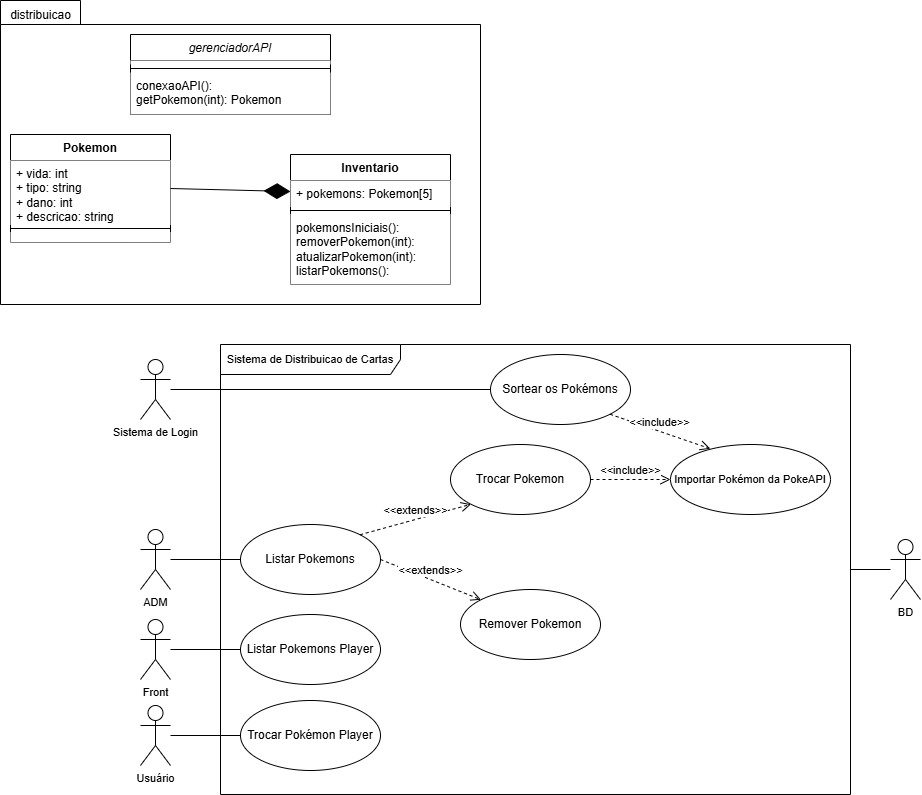
Earlier version of the draw.io export documentacao/UML/UML_tema_2.drawio.png (Inatel-S03-2025-2/distribuicao-de-cartas). Source tidied: cells renumbered, new cells last; positions are measured from the earlier drawing's top-left corner, leaving out a move shared by most shapes.
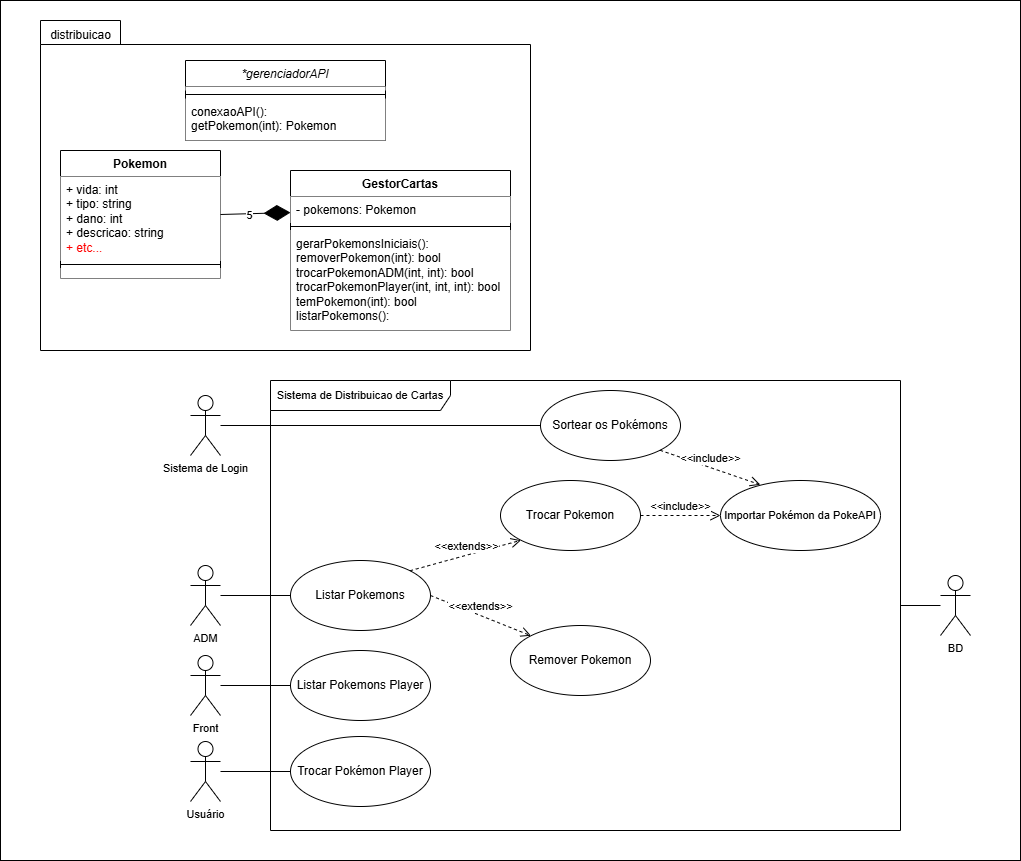
After the commit.

Commit message:
doc: atualizando UML do projeto

Diff of the diagram source:
```diff
@@ -2,8 +2,11 @@
   <root>
     <mxCell id="0" />
     <mxCell id="1" parent="0" />
+    <mxCell id="39" style="rounded=0;whiteSpace=wrap;html=1;" parent="1" vertex="1">
+      <mxGeometry x="-50" y="-36" width="1020" height="860" as="geometry" />
+    </mxCell>
     <mxCell id="2" style="shape=folder;fontStyle=1;spacingTop=10;tabWidth=80;tabHeight=24;tabPosition=left;html=1;whiteSpace=wrap;" parent="1" vertex="1">
-      <mxGeometry width="480" height="304" as="geometry" />
+      <mxGeometry x="-10" y="-16" width="490" height="330" as="geometry" />
     </mxCell>
     <mxCell id="3" value="Sortear os Pokémons" style="ellipse;whiteSpace=wrap;html=1;" parent="1" vertex="1">
       <mxGeometry x="490" y="354" width="140" height="70" as="geometry" />
@@ -72,31 +75,31 @@
       <mxGeometry x="890" y="539" width="30" height="60" as="geometry" />
     </mxCell>
     <mxCell id="25" value="Pokemon" style="swimlane;fontStyle=1;align=center;verticalAlign=top;horizontal=1;startSize=26;whiteSpace=wrap;html=1;" parent="1" vertex="1">
-      <mxGeometry x="10" y="134" width="160" height="108" as="geometry" />
+      <mxGeometry x="10" y="114" width="160" height="128" as="geometry" />
     </mxCell>
-    <mxCell id="26" value="+ vida: int&lt;div&gt;+ tipo: string&amp;nbsp;&lt;/div&gt;&lt;div&gt;+ dano: int&lt;/div&gt;&lt;div&gt;+ descricao: string&lt;/div&gt;&lt;div&gt;+ etc...&lt;/div&gt;" style="text;align=left;verticalAlign=top;spacingLeft=4;spacingRight=4;overflow=hidden;whiteSpace=wrap;html=1;fillColor=default;" parent="25" vertex="1">
-      <mxGeometry y="26" width="160" height="64" as="geometry" />
+    <mxCell id="26" value="+ vida: int&lt;div&gt;+ tipo: string&amp;nbsp;&lt;/div&gt;&lt;div&gt;+ dano: int&lt;/div&gt;&lt;div&gt;+ descricao: string&lt;/div&gt;&lt;div&gt;&lt;font style=&quot;color: rgb(255, 0, 0);&quot;&gt;+ etc...&lt;/font&gt;&lt;/div&gt;" style="text;align=left;verticalAlign=top;spacingLeft=4;spacingRight=4;overflow=hidden;whiteSpace=wrap;html=1;fillColor=default;" parent="25" vertex="1">
+      <mxGeometry y="26" width="160" height="84" as="geometry" />
     </mxCell>
     <mxCell id="27" style="line;strokeWidth=1;fillColor=none;align=left;verticalAlign=middle;spacingTop=-1;spacingLeft=3;spacingRight=3;labelPosition=right;strokeColor=inherit;" parent="25" vertex="1">
-      <mxGeometry y="90" width="160" height="8" as="geometry" />
+      <mxGeometry y="110" width="160" height="8" as="geometry" />
     </mxCell>
     <mxCell id="28" style="text;align=left;verticalAlign=top;spacingLeft=4;spacingRight=4;overflow=hidden;whiteSpace=wrap;html=1;fillColor=default;" parent="25" vertex="1">
-      <mxGeometry y="98" width="160" height="10" as="geometry" />
+      <mxGeometry y="118" width="160" height="10" as="geometry" />
     </mxCell>
-    <mxCell id="29" value="Inventario" style="swimlane;fontStyle=1;align=center;verticalAlign=top;horizontal=1;startSize=26;whiteSpace=wrap;html=1;" parent="1" vertex="1">
-      <mxGeometry x="290" y="154" width="160" height="130" as="geometry" />
+    <mxCell id="29" value="GestorCartas" style="swimlane;fontStyle=1;align=center;verticalAlign=top;horizontal=1;startSize=26;whiteSpace=wrap;html=1;" parent="1" vertex="1">
+      <mxGeometry x="240" y="134" width="220" height="160" as="geometry" />
     </mxCell>
-    <mxCell id="30" value="+ pokemons: Pokemon[5]" style="text;align=left;verticalAlign=top;spacingLeft=4;spacingRight=4;overflow=hidden;points=[[0,0.5],[1,0.5]];portConstraint=eastwest;whiteSpace=wrap;html=1;fillColor=default;" parent="29" vertex="1">
-      <mxGeometry y="26" width="160" height="26" as="geometry" />
+    <mxCell id="30" value="- pokemons: Pokemon" style="text;align=left;verticalAlign=top;spacingLeft=4;spacingRight=4;overflow=hidden;points=[[0,0.5],[1,0.5]];portConstraint=eastwest;whiteSpace=wrap;html=1;fillColor=default;" parent="29" vertex="1">
+      <mxGeometry y="26" width="220" height="26" as="geometry" />
     </mxCell>
     <mxCell id="31" style="line;strokeWidth=1;fillColor=none;align=left;verticalAlign=middle;spacingTop=-1;spacingLeft=3;spacingRight=3;labelPosition=right;strokeColor=inherit;" parent="29" vertex="1">
-      <mxGeometry y="52" width="160" height="8" as="geometry" />
+      <mxGeometry y="52" width="220" height="8" as="geometry" />
     </mxCell>
-    <mxCell id="32" value="pokemonsIniciais():&lt;div&gt;removerPokemon(int):&lt;/div&gt;&lt;div&gt;atualizarPokemon(int):&lt;/div&gt;&lt;div&gt;listarPokemons():&lt;/div&gt;&lt;div&gt;&lt;br&gt;&lt;/div&gt;" style="text;align=left;verticalAlign=top;spacingLeft=4;spacingRight=4;overflow=hidden;whiteSpace=wrap;html=1;fillColor=default;" parent="29" vertex="1">
-      <mxGeometry y="60" width="160" height="70" as="geometry" />
+    <mxCell id="32" value="gerarPokemonsIniciais():&lt;div&gt;removerPokemon(int): bool&lt;/div&gt;&lt;div&gt;trocarPokemonADM(int, int): bool&lt;/div&gt;&lt;div&gt;trocarPokemonPlayer(int, int, int): bool&lt;/div&gt;&lt;div&gt;temPokemon(int): bool&lt;/div&gt;&lt;div&gt;listarPokemons():&lt;/div&gt;&lt;div&gt;&lt;br&gt;&lt;/div&gt;" style="text;align=left;verticalAlign=top;spacingLeft=4;spacingRight=4;overflow=hidden;whiteSpace=wrap;html=1;fillColor=default;" parent="29" vertex="1">
+      <mxGeometry y="60" width="220" height="100" as="geometry" />
     </mxCell>
-    <mxCell id="33" value="&lt;span style=&quot;font-weight: 400;&quot;&gt;&lt;i&gt;gerenciadorAPI&lt;/i&gt;&lt;/span&gt;" style="swimlane;fontStyle=1;align=center;verticalAlign=top;horizontal=1;startSize=26;whiteSpace=wrap;html=1;" parent="1" vertex="1">
-      <mxGeometry x="130" y="34" width="200" height="80" as="geometry" />
+    <mxCell id="33" value="&lt;span style=&quot;font-weight: 400;&quot;&gt;&lt;i&gt;*gerenciadorAPI&lt;/i&gt;&lt;/span&gt;" style="swimlane;fontStyle=1;align=center;verticalAlign=top;horizontal=1;startSize=26;whiteSpace=wrap;html=1;" parent="1" vertex="1">
+      <mxGeometry x="135" y="24" width="200" height="80" as="geometry" />
     </mxCell>
     <mxCell id="34" style="text;align=left;verticalAlign=top;spacingLeft=4;spacingRight=4;overflow=hidden;whiteSpace=wrap;html=1;fillColor=default;" parent="33" vertex="1">
       <mxGeometry y="26" width="200" height="4" as="geometry" />
@@ -110,8 +113,11 @@
     <mxCell id="37" style="endArrow=diamondThin;endFill=1;endSize=24;html=1;rounded=0;exitX=1;exitY=0.5;exitDx=0;exitDy=0;" parent="1" edge="1" source="25" target="30">
       <mxGeometry relative="1" as="geometry" />
     </mxCell>
+    <mxCell id="40" value="5" style="edgeLabel;html=1;align=center;verticalAlign=middle;" parent="37" vertex="1">
+      <mxGeometry x="-0.17" y="-1" relative="1" as="geometry" />
+    </mxCell>
     <mxCell id="38" value="distribuicao" style="text;html=1;align=center;verticalAlign=middle;strokeColor=none;fillColor=none;" parent="1" vertex="1">
-      <mxGeometry width="80" height="30" as="geometry" />
+      <mxGeometry x="-10" y="-16" width="80" height="30" as="geometry" />
     </mxCell>
   </root>
 </mxGraphModel>
```
